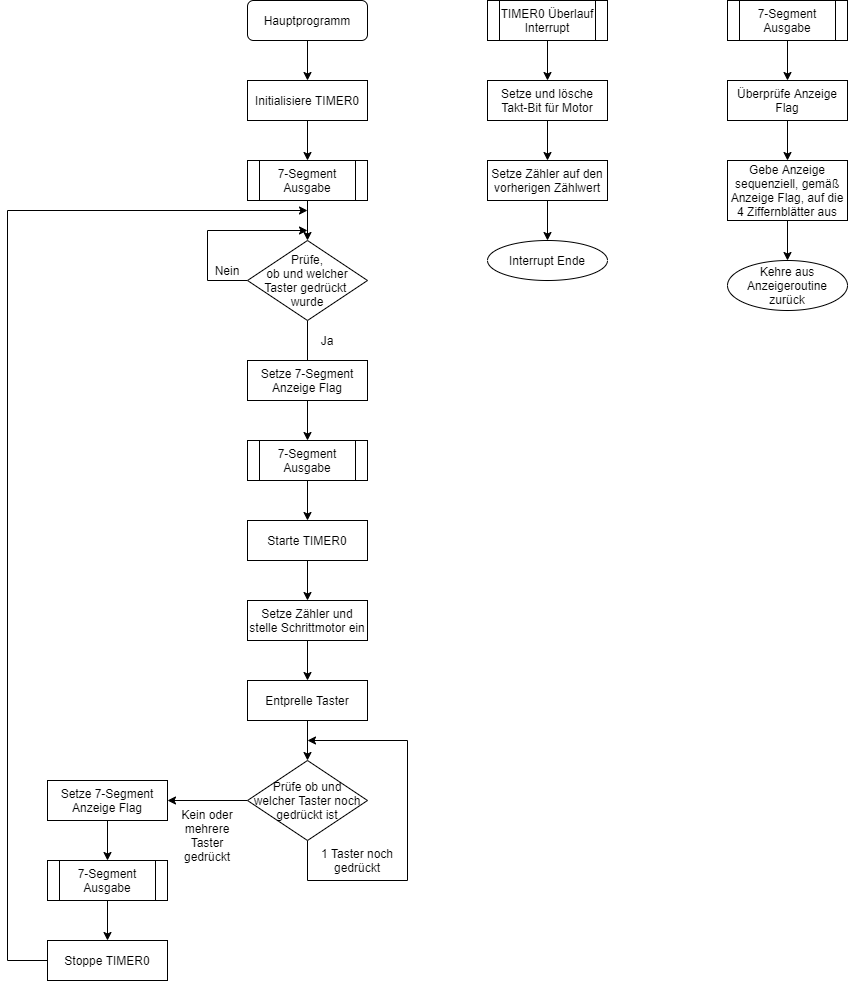
Earlier version of the draw.io export Mikroprozessor_Flussdiagramm_PNG.png (Grima04/Akkuschrauber). Source tidied: cells renumbered, new cells last; positions are measured from the earlier drawing's top-left corner, leaving out a move shared by most shapes. Source of this version:
```xml
<mxGraphModel>
  <root>
    <mxCell id="0" />
    <mxCell id="1" parent="0" />
    <mxCell id="2" style="edgeStyle=orthogonalEdgeStyle;rounded=0;jettySize=auto;html=1;entryX=0.5;entryY=0;entryDx=0;entryDy=0;" parent="1" edge="1" source="3" target="5">
      <mxGeometry relative="1" as="geometry" />
    </mxCell>
    <mxCell id="3" value="Hauptprogramm" style="rounded=1;whiteSpace=wrap;html=1;fontSize=12;glass=0;strokeWidth=1;shadow=0;" parent="1" vertex="1">
      <mxGeometry x="240" width="120" height="40" as="geometry" />
    </mxCell>
    <mxCell id="4" style="edgeStyle=orthogonalEdgeStyle;rounded=0;jettySize=auto;html=1;entryX=0.5;entryY=0;entryDx=0;entryDy=0;" parent="1" edge="1" source="5" target="14">
      <mxGeometry relative="1" as="geometry" />
    </mxCell>
    <mxCell id="5" value="Initialisiere TIMER0" style="rounded=0;whiteSpace=wrap;html=1;" parent="1" vertex="1">
      <mxGeometry x="240" y="80" width="120" height="40" as="geometry" />
    </mxCell>
    <mxCell id="6" style="edgeStyle=orthogonalEdgeStyle;rounded=0;jettySize=auto;html=1;" parent="1" edge="1" source="8">
      <mxGeometry relative="1" as="geometry">
        <mxPoint x="300" y="370" as="targetPoint" />
      </mxGeometry>
    </mxCell>
    <mxCell id="7" style="edgeStyle=orthogonalEdgeStyle;rounded=0;jettySize=auto;html=1;" parent="1" edge="1" source="8">
      <mxGeometry relative="1" as="geometry">
        <mxPoint x="300" y="230" as="targetPoint" />
        <Array as="points">
          <mxPoint x="200" y="280" />
        </Array>
      </mxGeometry>
    </mxCell>
    <mxCell id="8" value="Prüfe,&lt;br&gt;ob&amp;nbsp;und welcher&lt;br&gt;Taster gedrückt &lt;br&gt;wurde" style="rhombus;whiteSpace=wrap;html=1;" parent="1" vertex="1">
      <mxGeometry x="240" y="240" width="120" height="80" as="geometry" />
    </mxCell>
    <mxCell id="9" value="Nein" style="text;html=1;strokeColor=none;fillColor=none;align=center;verticalAlign=middle;whiteSpace=wrap;rounded=0;" parent="1" vertex="1">
      <mxGeometry x="200" y="260" width="40" height="20" as="geometry" />
    </mxCell>
    <mxCell id="10" value="Ja" style="text;html=1;strokeColor=none;fillColor=none;align=center;verticalAlign=middle;whiteSpace=wrap;rounded=0;" parent="1" vertex="1">
      <mxGeometry x="300" y="330" width="40" height="20" as="geometry" />
    </mxCell>
    <mxCell id="11" style="edgeStyle=orthogonalEdgeStyle;rounded=0;jettySize=auto;html=1;entryX=0.5;entryY=0;entryDx=0;entryDy=0;" parent="1" edge="1" source="12" target="16">
      <mxGeometry relative="1" as="geometry" />
    </mxCell>
    <mxCell id="12" value="Setze 7-Segment Anzeige Flag" style="rounded=0;whiteSpace=wrap;html=1;" parent="1" vertex="1">
      <mxGeometry x="240" y="360" width="120" height="40" as="geometry" />
    </mxCell>
    <mxCell id="13" style="edgeStyle=orthogonalEdgeStyle;rounded=0;jettySize=auto;html=1;" parent="1" edge="1" source="14" target="8">
      <mxGeometry relative="1" as="geometry" />
    </mxCell>
    <mxCell id="14" value="7-Segment Ausgabe" style="shape=process;whiteSpace=wrap;html=1;backgroundOutline=1;" parent="1" vertex="1">
      <mxGeometry x="240" y="160" width="120" height="40" as="geometry" />
    </mxCell>
    <mxCell id="15" style="edgeStyle=orthogonalEdgeStyle;rounded=0;jettySize=auto;html=1;" parent="1" edge="1" source="16" target="39">
      <mxGeometry relative="1" as="geometry" />
    </mxCell>
    <mxCell id="16" value="7-Segment&lt;br&gt;Ausgabe" style="shape=process;whiteSpace=wrap;html=1;backgroundOutline=1;" parent="1" vertex="1">
      <mxGeometry x="240" y="440" width="120" height="40" as="geometry" />
    </mxCell>
    <mxCell id="17" style="edgeStyle=orthogonalEdgeStyle;rounded=0;jettySize=auto;html=1;" parent="1" edge="1" source="18">
      <mxGeometry relative="1" as="geometry">
        <mxPoint x="300" y="680" as="targetPoint" />
      </mxGeometry>
    </mxCell>
    <mxCell id="18" value="Setze Zähler und stelle Schrittmotor ein" style="rounded=0;whiteSpace=wrap;html=1;" parent="1" vertex="1">
      <mxGeometry x="240" y="600" width="120" height="40" as="geometry" />
    </mxCell>
    <mxCell id="19" style="edgeStyle=orthogonalEdgeStyle;rounded=0;jettySize=auto;html=1;entryX=0.5;entryY=0;entryDx=0;entryDy=0;" parent="1" edge="1" source="20" target="23">
      <mxGeometry relative="1" as="geometry" />
    </mxCell>
    <mxCell id="20" value="Entprelle Taster" style="rounded=0;whiteSpace=wrap;html=1;" parent="1" vertex="1">
      <mxGeometry x="240" y="680" width="120" height="40" as="geometry" />
    </mxCell>
    <mxCell id="21" style="edgeStyle=orthogonalEdgeStyle;rounded=0;jettySize=auto;html=1;exitX=0;exitY=0.5;exitDx=0;exitDy=0;" parent="1" edge="1" source="23" target="25">
      <mxGeometry relative="1" as="geometry" />
    </mxCell>
    <mxCell id="22" style="edgeStyle=orthogonalEdgeStyle;rounded=0;jettySize=auto;html=1;" parent="1" edge="1" source="23">
      <mxGeometry relative="1" as="geometry">
        <mxPoint x="300" y="740" as="targetPoint" />
        <Array as="points">
          <mxPoint x="300" y="880" />
          <mxPoint x="400" y="880" />
          <mxPoint x="400" y="740" />
        </Array>
      </mxGeometry>
    </mxCell>
    <mxCell id="23" value="Prüfe ob und&lt;br&gt;welcher Taster noch&lt;br&gt;gedrückt ist" style="rhombus;whiteSpace=wrap;html=1;" parent="1" vertex="1">
      <mxGeometry x="240" y="760" width="120" height="80" as="geometry" />
    </mxCell>
    <mxCell id="24" style="edgeStyle=orthogonalEdgeStyle;rounded=0;jettySize=auto;html=1;" parent="1" edge="1" source="25">
      <mxGeometry relative="1" as="geometry">
        <mxPoint x="100" y="860" as="targetPoint" />
      </mxGeometry>
    </mxCell>
    <mxCell id="25" value="Setze 7-Segment Anzeige Flag" style="rounded=0;whiteSpace=wrap;html=1;" parent="1" vertex="1">
      <mxGeometry x="40" y="780" width="120" height="40" as="geometry" />
    </mxCell>
    <mxCell id="26" style="edgeStyle=orthogonalEdgeStyle;rounded=0;jettySize=auto;html=1;" parent="1" edge="1" source="27">
      <mxGeometry relative="1" as="geometry">
        <mxPoint x="300" y="210" as="targetPoint" />
        <Array as="points">
          <mxPoint y="960" />
          <mxPoint y="210" />
        </Array>
      </mxGeometry>
    </mxCell>
    <mxCell id="27" value="Stoppe TIMER0" style="rounded=0;whiteSpace=wrap;html=1;" parent="1" vertex="1">
      <mxGeometry x="40" y="940" width="120" height="40" as="geometry" />
    </mxCell>
    <mxCell id="28" style="edgeStyle=orthogonalEdgeStyle;rounded=0;jettySize=auto;html=1;entryX=0.5;entryY=0;entryDx=0;entryDy=0;" parent="1" edge="1" source="29" target="27">
      <mxGeometry relative="1" as="geometry" />
    </mxCell>
    <mxCell id="29" value="7-Segment Ausgabe" style="shape=process;whiteSpace=wrap;html=1;backgroundOutline=1;" parent="1" vertex="1">
      <mxGeometry x="40" y="860" width="120" height="40" as="geometry" />
    </mxCell>
    <mxCell id="30" value="Kein oder mehrere Taster gedrückt" style="text;html=1;strokeColor=none;fillColor=none;align=center;verticalAlign=middle;whiteSpace=wrap;rounded=0;" parent="1" vertex="1">
      <mxGeometry x="160" y="800" width="80" height="70" as="geometry" />
    </mxCell>
    <mxCell id="31" value="1 Taster noch gedrückt" style="text;html=1;strokeColor=none;fillColor=none;align=center;verticalAlign=middle;whiteSpace=wrap;rounded=0;" parent="1" vertex="1">
      <mxGeometry x="300" y="840" width="100" height="40" as="geometry" />
    </mxCell>
    <mxCell id="32" style="edgeStyle=orthogonalEdgeStyle;rounded=0;jettySize=auto;html=1;" parent="1" edge="1" source="33">
      <mxGeometry relative="1" as="geometry">
        <mxPoint x="540" y="80" as="targetPoint" />
      </mxGeometry>
    </mxCell>
    <mxCell id="33" value="TIMER0 Überlauf&lt;br&gt;Interrupt" style="shape=process;whiteSpace=wrap;html=1;backgroundOutline=1;" parent="1" vertex="1">
      <mxGeometry x="480" width="120" height="40" as="geometry" />
    </mxCell>
    <mxCell id="34" style="edgeStyle=orthogonalEdgeStyle;rounded=0;jettySize=auto;html=1;entryX=0.5;entryY=0;entryDx=0;entryDy=0;" parent="1" edge="1" source="35" target="37">
      <mxGeometry relative="1" as="geometry" />
    </mxCell>
    <mxCell id="35" value="Setze und lösche Takt-Bit für Motor" style="rounded=0;whiteSpace=wrap;html=1;" parent="1" vertex="1">
      <mxGeometry x="480" y="80" width="120" height="40" as="geometry" />
    </mxCell>
    <mxCell id="36" style="edgeStyle=orthogonalEdgeStyle;rounded=0;jettySize=auto;html=1;entryX=0.5;entryY=0;entryDx=0;entryDy=0;" parent="1" edge="1" source="37">
      <mxGeometry relative="1" as="geometry">
        <mxPoint x="540" y="240" as="targetPoint" />
      </mxGeometry>
    </mxCell>
    <mxCell id="37" value="Setze Zähler auf den vorherigen Zählwert" style="rounded=0;whiteSpace=wrap;html=1;" parent="1" vertex="1">
      <mxGeometry x="480" y="160" width="120" height="40" as="geometry" />
    </mxCell>
    <mxCell id="38" style="edgeStyle=orthogonalEdgeStyle;rounded=0;jettySize=auto;html=1;entryX=0.5;entryY=0;entryDx=0;entryDy=0;" parent="1" edge="1" source="39" target="18">
      <mxGeometry relative="1" as="geometry" />
    </mxCell>
    <mxCell id="39" value="Starte TIMER0" style="rounded=0;whiteSpace=wrap;html=1;" parent="1" vertex="1">
      <mxGeometry x="240" y="520" width="120" height="40" as="geometry" />
    </mxCell>
    <mxCell id="40" value="Interrupt Ende" style="ellipse;whiteSpace=wrap;html=1;" parent="1" vertex="1">
      <mxGeometry x="480" y="240" width="120" height="40" as="geometry" />
    </mxCell>
    <mxCell id="41" style="edgeStyle=orthogonalEdgeStyle;rounded=0;jettySize=auto;html=1;entryX=0.5;entryY=0;entryDx=0;entryDy=0;" parent="1" edge="1" source="42" target="44">
      <mxGeometry relative="1" as="geometry" />
    </mxCell>
    <mxCell id="42" value="7-Segment&lt;br&gt;Ausgabe" style="shape=process;whiteSpace=wrap;html=1;backgroundOutline=1;" parent="1" vertex="1">
      <mxGeometry x="720" width="120" height="40" as="geometry" />
    </mxCell>
    <mxCell id="43" style="edgeStyle=orthogonalEdgeStyle;rounded=0;jettySize=auto;html=1;entryX=0.5;entryY=0;entryDx=0;entryDy=0;" parent="1" edge="1" source="44" target="46">
      <mxGeometry relative="1" as="geometry" />
    </mxCell>
    <mxCell id="44" value="Überprüfe Anzeige Flag" style="rounded=0;whiteSpace=wrap;html=1;" parent="1" vertex="1">
      <mxGeometry x="720" y="80" width="120" height="40" as="geometry" />
    </mxCell>
    <mxCell id="45" style="edgeStyle=orthogonalEdgeStyle;rounded=0;jettySize=auto;html=1;entryX=0.5;entryY=0;entryDx=0;entryDy=0;" parent="1" edge="1" source="46" target="47">
      <mxGeometry relative="1" as="geometry" />
    </mxCell>
    <mxCell id="46" value="Gebe Anzeige sequenziell, gemäß Anzeige Flag, auf die 4 Ziffernblätter aus" style="rounded=0;whiteSpace=wrap;html=1;" parent="1" vertex="1">
      <mxGeometry x="720" y="160" width="120" height="60" as="geometry" />
    </mxCell>
    <mxCell id="47" value="Kehre aus Anzeigeroutine zurück" style="ellipse;whiteSpace=wrap;html=1;" parent="1" vertex="1">
      <mxGeometry x="720" y="260" width="120" height="50" as="geometry" />
    </mxCell>
  </root>
</mxGraphModel>
```
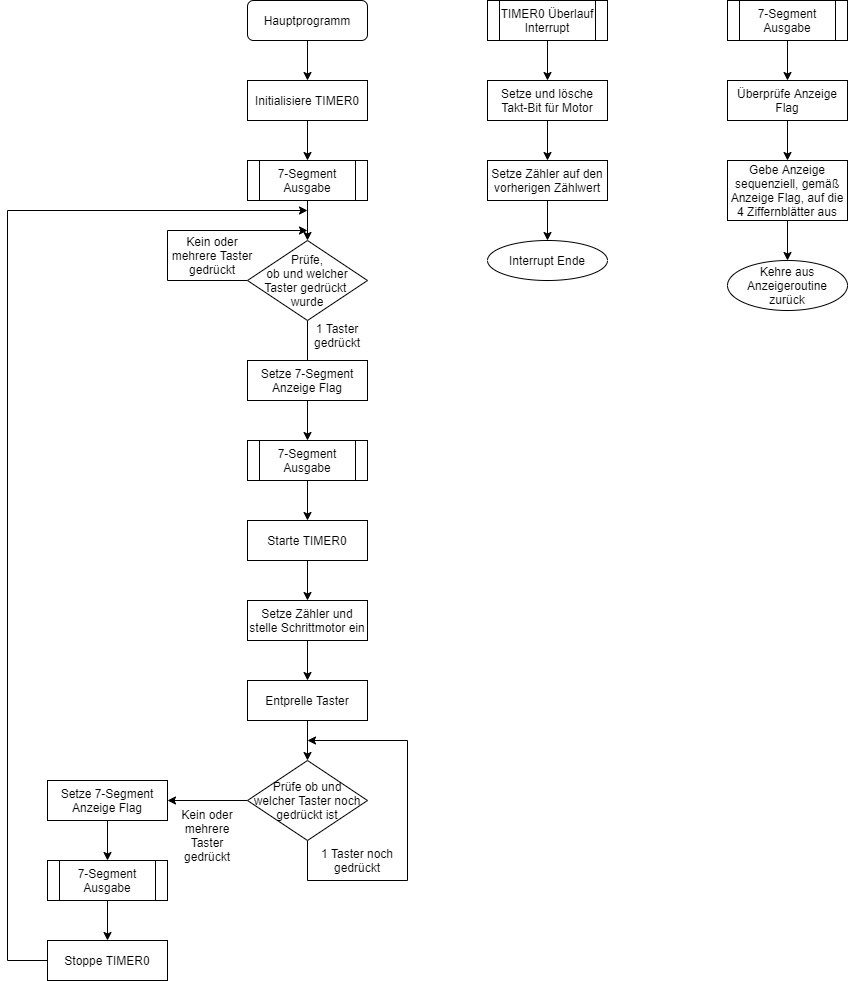
Above is the later version.

Commit message:
Update flow chart

Diff of the diagram source:
```diff
@@ -23,18 +23,19 @@
       <mxGeometry relative="1" as="geometry">
         <mxPoint x="300" y="230" as="targetPoint" />
         <Array as="points">
-          <mxPoint x="200" y="280" />
+          <mxPoint x="160" y="280" />
+          <mxPoint x="160" y="230" />
         </Array>
       </mxGeometry>
     </mxCell>
     <mxCell id="8" value="Prüfe,&lt;br&gt;ob&amp;nbsp;und welcher&lt;br&gt;Taster gedrückt &lt;br&gt;wurde" style="rhombus;whiteSpace=wrap;html=1;" parent="1" vertex="1">
       <mxGeometry x="240" y="240" width="120" height="80" as="geometry" />
     </mxCell>
-    <mxCell id="9" value="Nein" style="text;html=1;strokeColor=none;fillColor=none;align=center;verticalAlign=middle;whiteSpace=wrap;rounded=0;" parent="1" vertex="1">
-      <mxGeometry x="200" y="260" width="40" height="20" as="geometry" />
+    <mxCell id="9" value="Kein oder mehrere Taster gedrückt" style="text;html=1;strokeColor=none;fillColor=none;align=center;verticalAlign=middle;whiteSpace=wrap;rounded=0;" parent="1" vertex="1">
+      <mxGeometry x="160" y="230" width="90" height="50" as="geometry" />
     </mxCell>
-    <mxCell id="10" value="Ja" style="text;html=1;strokeColor=none;fillColor=none;align=center;verticalAlign=middle;whiteSpace=wrap;rounded=0;" parent="1" vertex="1">
-      <mxGeometry x="300" y="330" width="40" height="20" as="geometry" />
+    <mxCell id="10" value="1 Taster gedrückt" style="text;html=1;strokeColor=none;fillColor=none;align=center;verticalAlign=middle;whiteSpace=wrap;rounded=0;" parent="1" vertex="1">
+      <mxGeometry x="300" y="320" width="60" height="30" as="geometry" />
     </mxCell>
     <mxCell id="11" style="edgeStyle=orthogonalEdgeStyle;rounded=0;jettySize=auto;html=1;entryX=0.5;entryY=0;entryDx=0;entryDy=0;" parent="1" edge="1" source="12" target="16">
       <mxGeometry relative="1" as="geometry" />
```
